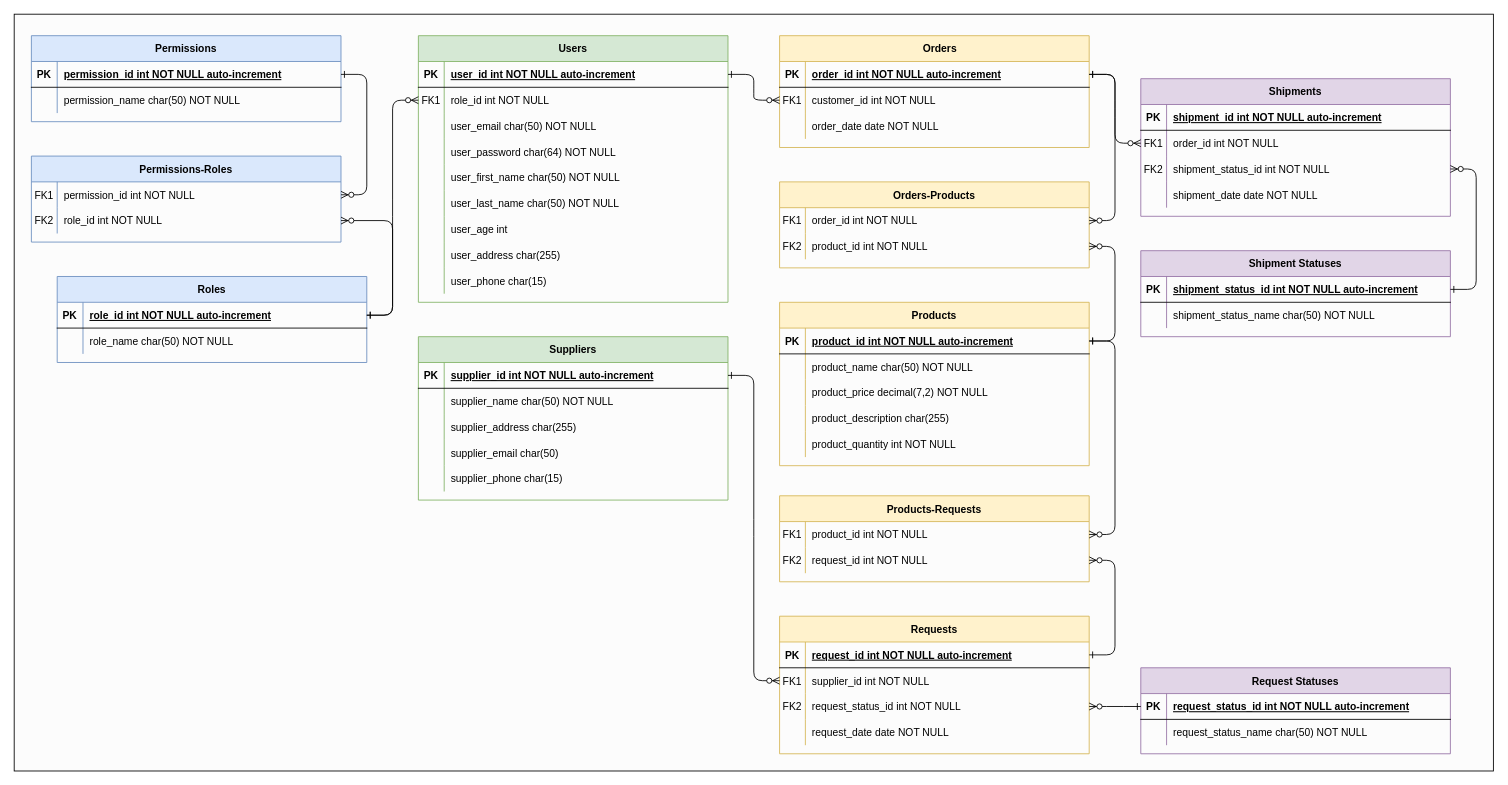
Before: assets/entity-relation-diagram.drawio in gajaguar/architectural-challenge-1, a draw.io diagram. Source tidied: cells renumbered, new cells numbered last; positions are measured from the earlier drawing's top-left corner, leaving out a move shared by most shapes. Both pictures are drawn from the tidied source at 86%, with x=0, y=0 at pixel (14, 14).
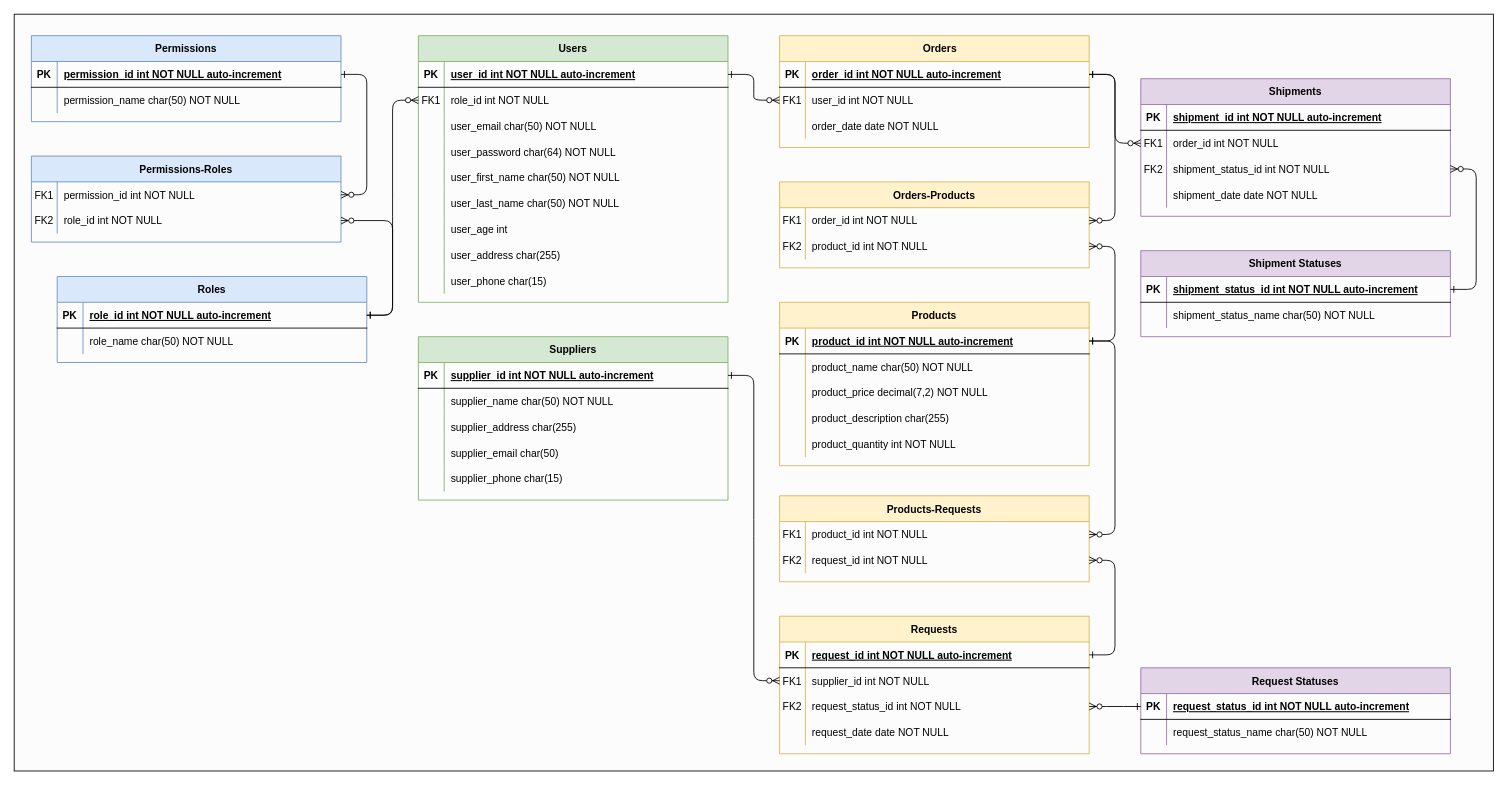
Above is the later version.

Commit message (it also covers changes not shown here):
🍱 chore(assets): fix `customer_id` attribute name

Belongs to `orders` table, renamed to `users_id`.

The change refers to these unchanged cells:
```xml
<mxCell id="8" style="shape=partialRectangle;fillColor=none;points=[[0,0.5],[1,0.5]];portConstraint=eastwest;top=0;left=0;right=0;bottom=0;" parent="4" vertex="1">
  <mxGeometry y="60" width="360" height="30" as="geometry" />
</mxCell>
```

Change to the diagram source:
```diff
@@
-    <mxCell id="10" value="customer_id int NOT NULL" style="shape=partialRectangle;overflow=hidden;fillColor=none;top=0;left=0;bottom=0;right=0;align=left;spacingLeft=6;" parent="8" vertex="1">
+    <mxCell id="10" value="user_id int NOT NULL" style="shape=partialRectangle;overflow=hidden;fillColor=none;top=0;left=0;bottom=0;right=0;align=left;spacingLeft=6;" parent="8" vertex="1">
       <mxGeometry x="30" width="330" height="30" as="geometry" />
     </mxCell>
```
